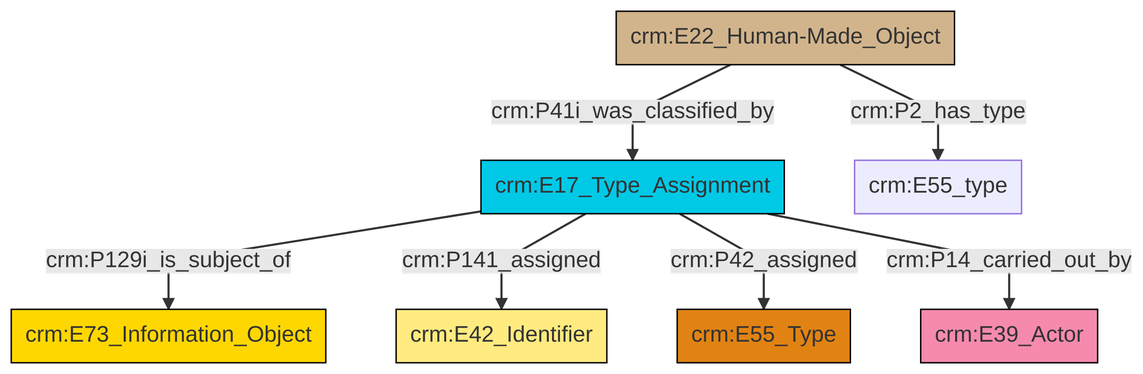
Earlier version of the Mermaid export et/builtWorkCSV/ttl/mmd/png/Built_Work_designation_status.png (swiss-art-research-net/reference-data-models). Its source is kept beside it as et/builtWorkCSV/ttl/mmd/Built_Work_designation_status.ttl.mmd.
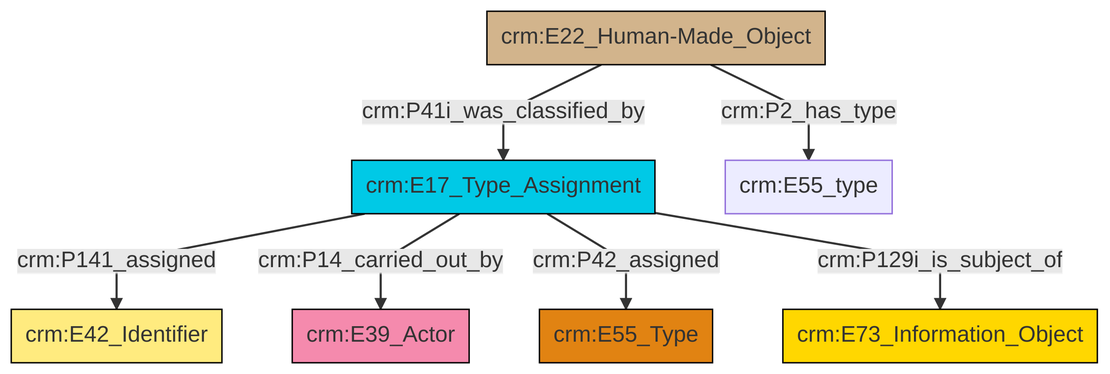
The same file after the commit.

What changed in the source:
```diff
@@ -13,9 +13,9 @@
 classDef PC_Classes fill:#4ce600, stroke:#000000;
 classDef Multi fill:#cccccc,stroke:#000000;
 
+2["crm:E17_Type_Assignment"]:::Temporal_Entity -->|crm:P141_assigned| 3["crm:E42_Identifier"]:::Appellation
+4["crm:E22_Human-Made_Object"]:::Physical_Thing -->|crm:P2_has_type| 5["crm:E55_type"]:::Default
+2["crm:E17_Type_Assignment"]:::Temporal_Entity -->|crm:P14_carried_out_by| 6["crm:E39_Actor"]:::Actor
+2["crm:E17_Type_Assignment"]:::Temporal_Entity -->|crm:P42_assigned| 7["crm:E55_Type"]:::Type
 2["crm:E17_Type_Assignment"]:::Temporal_Entity -->|crm:P129i_is_subject_of| 0["crm:E73_Information_Object"]:::Conceptual_Object
-2["crm:E17_Type_Assignment"]:::Temporal_Entity -->|crm:P141_assigned| 3["crm:E42_Identifier"]:::Appellation
-2["crm:E17_Type_Assignment"]:::Temporal_Entity -->|crm:P42_assigned| 4["crm:E55_Type"]:::Type
-5["crm:E22_Human-Made_Object"]:::Physical_Thing -->|crm:P2_has_type| 6["crm:E55_type"]:::Default
-5["crm:E22_Human-Made_Object"]:::Physical_Thing -->|crm:P41i_was_classified_by| 2["crm:E17_Type_Assignment"]:::Temporal_Entity
-2["crm:E17_Type_Assignment"]:::Temporal_Entity -->|crm:P14_carried_out_by| 11["crm:E39_Actor"]:::Actor
+4["crm:E22_Human-Made_Object"]:::Physical_Thing -->|crm:P41i_was_classified_by| 2["crm:E17_Type_Assignment"]:::Temporal_Entity
```
